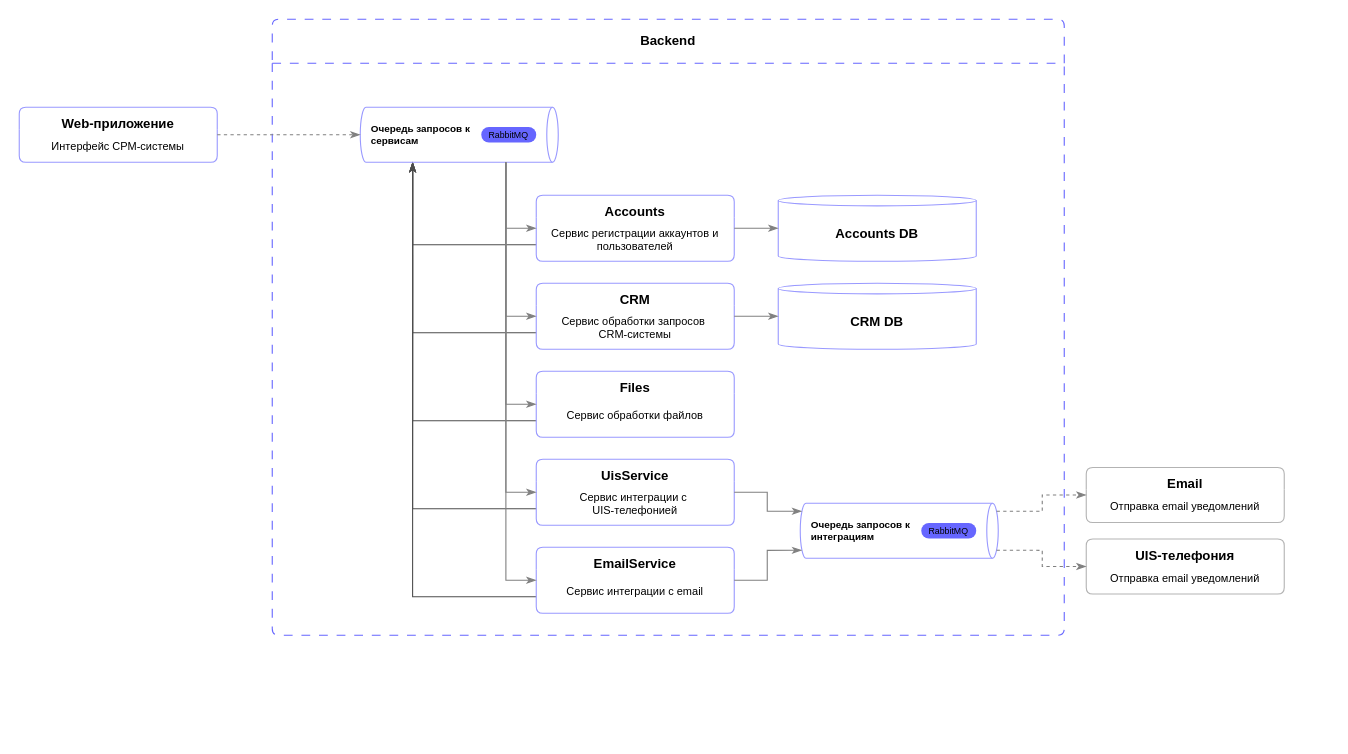
The draw.io diagram page "CRM_Backend" (3 of 5) of nestjs-crm.drawio in Ivan-Tyurin/nestjs-crm, before the edit. Source tidied: cells renumbered, new cells numbered last; positions are measured from the earlier drawing's top-left corner, leaving out a move shared by most shapes. Both pictures are drawn from the tidied source at 110%, with x=0, y=0 at pixel (19, 19).
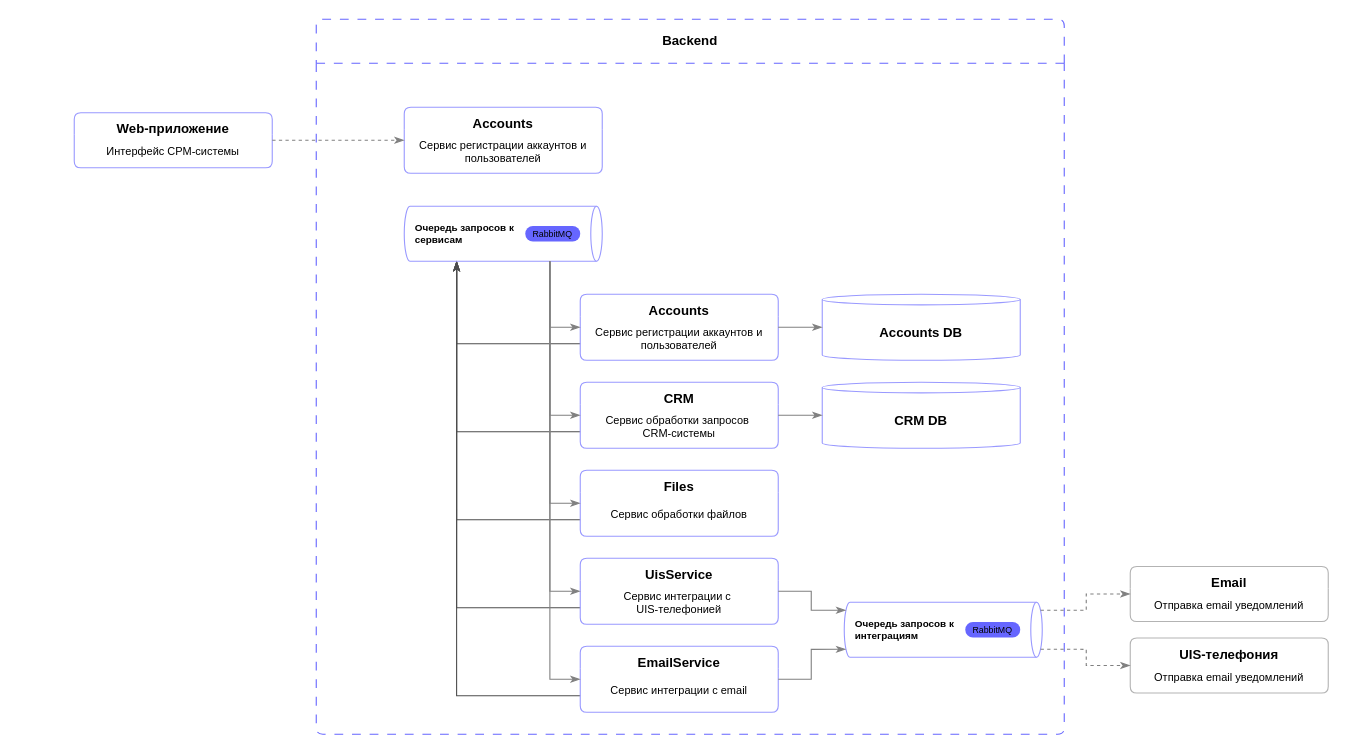
The same page after the edit.

The change refers to these unchanged cells:
```xml
<mxCell id="9" style="shape=cylinder3;whiteSpace=wrap;html=1;boundedLbl=1;backgroundOutline=1;size=5.212121212121247;rotation=90;fillColor=none;strokeColor=#9999FF;" parent="8" vertex="1">
  <mxGeometry x="65" y="-65" width="50" height="180" as="geometry" />
</mxCell>
<mxCell id="31" style="shape=cylinder3;whiteSpace=wrap;html=1;boundedLbl=1;backgroundOutline=1;size=5.212121212121247;rotation=90;fillColor=none;strokeColor=#9999FF;" parent="30" vertex="1">
  <mxGeometry x="65" y="-65" width="50" height="180" as="geometry" />
</mxCell>
```

Change to the diagram source:
```diff
@@
     <mxCell id="2" value="Backend" style="swimlane;whiteSpace=wrap;html=1;strokeColor=#6666FF;rounded=1;arcSize=12;absoluteArcSize=1;startSize=40;dashed=1;dashPattern=8 8;fillColor=none;" parent="1" vertex="1">
-      <mxGeometry x="230" width="720" height="560" as="geometry" />
+      <mxGeometry x="270" width="680" height="650" as="geometry" />
     </mxCell>
@@
     <mxCell id="8" style="group;" parent="2" vertex="1">
-      <mxGeometry x="80" y="80" width="180" height="50" as="geometry" />
+      <mxGeometry x="80" y="170" width="180" height="50" as="geometry" />
     </mxCell>
@@
     <mxCell id="12" value="&lt;div&gt;Accounts&lt;/div&gt;" style="swimlane;whiteSpace=wrap;html=1;strokeColor=#9999FF;startSize=20;swimlaneLine=0;fillColor=none;rounded=1;arcSize=12;absoluteArcSize=1;spacing=0;spacingBottom=0;spacingTop=10;" parent="2" vertex="1">
-      <mxGeometry x="240" y="160" width="180" height="60" as="geometry" />
+      <mxGeometry x="240" y="250" width="180" height="60" as="geometry" />
     </mxCell>
@@
     <mxCell id="14" value="&lt;div&gt;CRM&lt;/div&gt;" style="swimlane;whiteSpace=wrap;html=1;strokeColor=#9999FF;startSize=20;swimlaneLine=0;fillColor=none;rounded=1;arcSize=12;absoluteArcSize=1;spacing=0;spacingBottom=0;spacingTop=10;" parent="2" vertex="1">
-      <mxGeometry x="240" y="240" width="180" height="60" as="geometry" />
+      <mxGeometry x="240" y="330" width="180" height="60" as="geometry" />
     </mxCell>
@@
     <mxCell id="16" value="Files" style="swimlane;whiteSpace=wrap;html=1;strokeColor=#9999FF;startSize=20;swimlaneLine=0;fillColor=none;rounded=1;arcSize=12;absoluteArcSize=1;spacing=0;spacingBottom=0;spacingTop=10;" parent="2" vertex="1">
-      <mxGeometry x="240" y="320" width="180" height="60" as="geometry" />
+      <mxGeometry x="240" y="410" width="180" height="60" as="geometry" />
     </mxCell>
@@
     <mxCell id="18" value="UisService" style="swimlane;whiteSpace=wrap;html=1;strokeColor=#9999FF;startSize=20;swimlaneLine=0;fillColor=none;rounded=1;arcSize=12;absoluteArcSize=1;spacing=0;spacingBottom=0;spacingTop=10;" parent="2" vertex="1">
-      <mxGeometry x="240" y="400" width="180" height="60" as="geometry" />
+      <mxGeometry x="240" y="490" width="180" height="60" as="geometry" />
     </mxCell>
@@
     <mxCell id="20" value="EmailService" style="swimlane;whiteSpace=wrap;html=1;strokeColor=#9999FF;startSize=20;swimlaneLine=0;fillColor=none;rounded=1;arcSize=12;absoluteArcSize=1;spacing=0;spacingBottom=0;spacingTop=10;" parent="2" vertex="1">
-      <mxGeometry x="240" y="480" width="180" height="60" as="geometry" />
+      <mxGeometry x="240" y="570" width="180" height="60" as="geometry" />
     </mxCell>
@@
     <mxCell id="22" style="group;" parent="2" vertex="1">
-      <mxGeometry x="460" y="160" width="180" height="60" as="geometry" />
+      <mxGeometry x="460" y="250" width="180" height="60" as="geometry" />
     </mxCell>
@@
     <mxCell id="26" style="group;" parent="2" vertex="1">
-      <mxGeometry x="460" y="240" width="180" height="60" as="geometry" />
+      <mxGeometry x="460" y="330" width="180" height="60" as="geometry" />
     </mxCell>
@@
     <mxCell id="30" style="group;" parent="2" vertex="1">
-      <mxGeometry x="480" y="440" width="180" height="50" as="geometry" />
+      <mxGeometry x="480" y="530" width="180" height="50" as="geometry" />
     </mxCell>
@@
     <mxCell id="36" style="endArrow=classicThin;html=1;rounded=0;endFill=1;strokeColor=#808080;edgeStyle=orthogonalEdgeStyle;exitX=1;exitY=0;exitDx=0;exitDy=47.60606060606062;exitPerimeter=0;entryX=0;entryY=0.5;entryDx=0;entryDy=0;" parent="2" edge="1" source="9" target="14">
       <mxGeometry relative="1" as="geometry">
         <Array as="points">
-          <mxPoint x="212" y="270" />
+          <mxPoint x="212" y="360" />
         </Array>
       </mxGeometry>
     </mxCell>
@@
-    <mxCell id="41" value="Web-приложение" style="swimlane;whiteSpace=wrap;html=1;strokeColor=#9999FF;startSize=20;swimlaneLine=0;fillColor=none;rounded=1;arcSize=12;absoluteArcSize=1;spacing=0;spacingBottom=0;spacingTop=10;" parent="1" vertex="1">
-      <mxGeometry y="80" width="180" height="50" as="geometry" />
-    </mxCell>
-    <mxCell id="42" value="Интерфейс СРМ-системы" style="text;html=1;align=center;verticalAlign=middle;whiteSpace=wrap;rounded=0;fontSize=10;spacing=0;" parent="41" vertex="1">
-      <mxGeometry y="20" width="180" height="30" as="geometry" />
-    </mxCell>
-    <mxCell id="43" style="endArrow=classicThin;dashed=1;html=1;rounded=0;endFill=1;strokeColor=#808080;edgeStyle=orthogonalEdgeStyle;exitX=1;exitY=0.5;exitDx=0;exitDy=0;entryX=0.5;entryY=1;entryDx=0;entryDy=0;entryPerimeter=0;" parent="1" edge="1" source="41" target="9">
-      <mxGeometry relative="1" as="geometry" />
-    </mxCell>
-    <mxCell id="44" value="Email" style="swimlane;whiteSpace=wrap;html=1;strokeColor=#B3B3B3;startSize=20;swimlaneLine=0;fillColor=none;rounded=1;arcSize=12;absoluteArcSize=1;spacing=0;spacingBottom=0;spacingTop=10;" parent="1" vertex="1">
-      <mxGeometry x="970" y="407.5" width="180" height="50" as="geometry" />
+    <mxCell id="44" value="Email" style="swimlane;whiteSpace=wrap;html=1;strokeColor=#B3B3B3;startSize=20;swimlaneLine=0;fillColor=none;rounded=1;arcSize=12;absoluteArcSize=1;spacing=0;spacingBottom=0;spacingTop=10;" parent="2" vertex="1">
+      <mxGeometry x="740" y="497.5" width="180" height="50" as="geometry" />
     </mxCell>
@@
-    <mxCell id="46" value="UIS-телефония" style="swimlane;whiteSpace=wrap;html=1;strokeColor=#B3B3B3;startSize=20;swimlaneLine=0;fillColor=none;rounded=1;arcSize=12;absoluteArcSize=1;spacing=0;spacingBottom=0;spacingTop=10;" parent="1" vertex="1">
-      <mxGeometry x="970" y="472.5" width="180" height="50" as="geometry" />
+    <mxCell id="46" value="UIS-телефония" style="swimlane;whiteSpace=wrap;html=1;strokeColor=#B3B3B3;startSize=20;swimlaneLine=0;fillColor=none;rounded=1;arcSize=12;absoluteArcSize=1;spacing=0;spacingBottom=0;spacingTop=10;" parent="2" vertex="1">
+      <mxGeometry x="740" y="562.5" width="180" height="50" as="geometry" />
     </mxCell>
@@
-    <mxCell id="48" style="endArrow=classicThin;dashed=1;html=1;rounded=0;endFill=1;strokeColor=#808080;edgeStyle=orthogonalEdgeStyle;exitX=0.145;exitY=0;exitDx=0;exitDy=1.5115151515151615;exitPerimeter=0;entryX=0;entryY=0.5;entryDx=0;entryDy=0;" parent="1" edge="1" source="31" target="44">
+    <mxCell id="48" style="endArrow=classicThin;dashed=1;html=1;rounded=0;endFill=1;strokeColor=#808080;edgeStyle=orthogonalEdgeStyle;exitX=0.145;exitY=0;exitDx=0;exitDy=1.5115151515151615;exitPerimeter=0;entryX=0;entryY=0.5;entryDx=0;entryDy=0;" parent="2" edge="1" source="31" target="44">
       <mxGeometry relative="1" as="geometry" />
     </mxCell>
-    <mxCell id="49" style="endArrow=classicThin;dashed=1;html=1;rounded=0;endFill=1;strokeColor=#808080;edgeStyle=orthogonalEdgeStyle;exitX=0.855;exitY=0;exitDx=0;exitDy=1.5115151515151615;exitPerimeter=0;entryX=0;entryY=0.5;entryDx=0;entryDy=0;" parent="1" edge="1" source="31" target="46">
+    <mxCell id="49" style="endArrow=classicThin;dashed=1;html=1;rounded=0;endFill=1;strokeColor=#808080;edgeStyle=orthogonalEdgeStyle;exitX=0.855;exitY=0;exitDx=0;exitDy=1.5115151515151615;exitPerimeter=0;entryX=0;entryY=0.5;entryDx=0;entryDy=0;" parent="2" edge="1" source="31" target="46">
       <mxGeometry relative="1" as="geometry" />
     </mxCell>
+    <mxCell id="50" value="&lt;div&gt;Accounts&lt;/div&gt;" style="swimlane;whiteSpace=wrap;html=1;strokeColor=#9999FF;startSize=20;swimlaneLine=0;fillColor=none;rounded=1;arcSize=12;absoluteArcSize=1;spacing=0;spacingBottom=0;spacingTop=10;" parent="2" vertex="1">
+      <mxGeometry x="80" y="80" width="180" height="60" as="geometry" />
+    </mxCell>
+    <mxCell id="51" value="Сервис регистрации аккаунтов и пользователей" style="text;html=1;align=center;verticalAlign=middle;whiteSpace=wrap;rounded=0;fontSize=10;spacing=0;" parent="50" vertex="1">
+      <mxGeometry y="20" width="180" height="40" as="geometry" />
+    </mxCell>
+    <mxCell id="41" value="Web-приложение" style="swimlane;whiteSpace=wrap;html=1;strokeColor=#9999FF;startSize=20;swimlaneLine=0;fillColor=none;rounded=1;arcSize=12;absoluteArcSize=1;spacing=0;spacingBottom=0;spacingTop=10;" parent="1" vertex="1">
+      <mxGeometry x="50" y="85" width="180" height="50" as="geometry" />
+    </mxCell>
+    <mxCell id="42" value="Интерфейс СРМ-системы" style="text;html=1;align=center;verticalAlign=middle;whiteSpace=wrap;rounded=0;fontSize=10;spacing=0;" parent="41" vertex="1">
+      <mxGeometry y="20" width="180" height="30" as="geometry" />
+    </mxCell>
+    <mxCell id="43" style="endArrow=classicThin;dashed=1;html=1;rounded=0;endFill=1;strokeColor=#808080;edgeStyle=orthogonalEdgeStyle;exitX=1;exitY=0.5;exitDx=0;exitDy=0;entryX=0;entryY=0.5;entryDx=0;entryDy=0;" parent="1" edge="1" source="41" target="50">
+      <mxGeometry relative="1" as="geometry" />
+    </mxCell>
```
